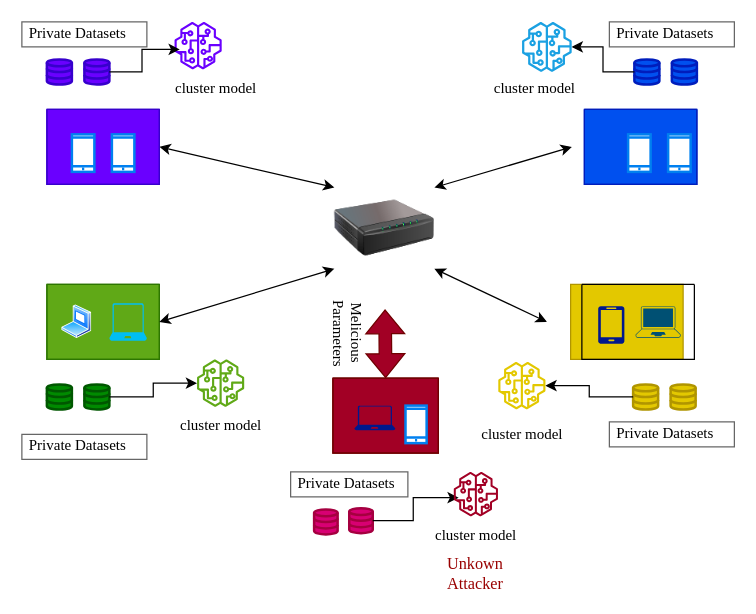
Above: Untitled Diagram.drawio in JamsherBhanbhro/Data-Science (draw.io), before the change. Source tidied: cells renumbered, new cells numbered last; positions are measured from the earlier drawing's top-left corner, leaving out a move shared by most shapes. Both pictures are drawn from the tidied source at 125%, with x=0, y=0 at pixel (21, 21).
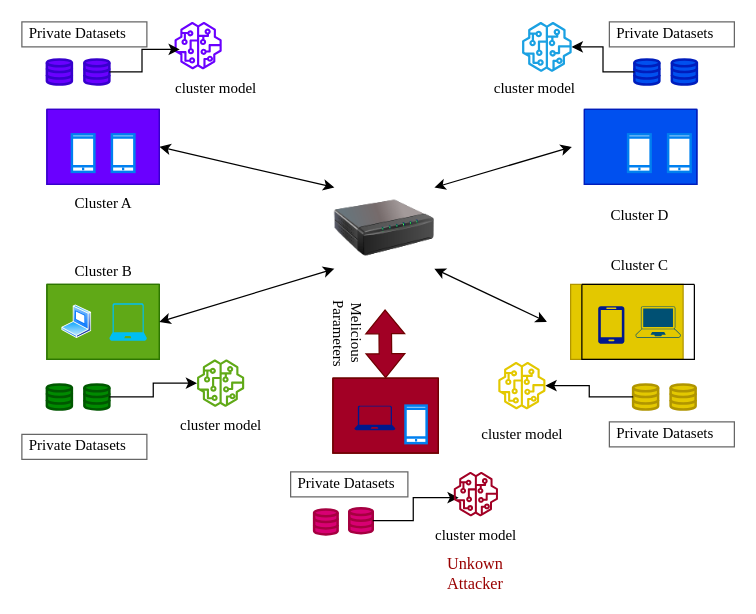
The same diagram, later.

Unchanged cells that the change refers to:
```xml
<mxCell id="63" style="group;" parent="1" vertex="1">
  <mxGeometry x="230" y="215" width="150" height="130" as="geometry" />
</mxCell>
```

What changed in the source:
```diff
@@
     <mxCell id="64" style="group;" parent="63" vertex="1">
-      <mxGeometry x="18.8" y="20" width="101.2" height="110" as="geometry" />
+      <mxGeometry x="18.8" y="20" width="121.2" height="110" as="geometry" />
     </mxCell>
@@
+    <mxCell id="79" value="Cluster A" style="text;html=1;align=center;verticalAlign=middle;strokeColor=none;fillColor=none;fontFamily=Times New Roman;" parent="1" vertex="1">
+      <mxGeometry x="30" y="130" width="70" height="30" as="geometry" />
+    </mxCell>
+    <mxCell id="80" value="Cluster B" style="text;html=1;align=center;verticalAlign=middle;strokeColor=none;fillColor=none;fontFamily=Times New Roman;" parent="1" vertex="1">
+      <mxGeometry x="30" y="185" width="70" height="30" as="geometry" />
+    </mxCell>
+    <mxCell id="81" value="Cluster D" style="text;html=1;align=center;verticalAlign=middle;strokeColor=none;fillColor=none;fontFamily=Times New Roman;" parent="1" vertex="1">
+      <mxGeometry x="459" y="140" width="70" height="30" as="geometry" />
+    </mxCell>
+    <mxCell id="82" value="Cluster C" style="text;html=1;align=center;verticalAlign=middle;strokeColor=none;fillColor=none;fontFamily=Times New Roman;" parent="1" vertex="1">
+      <mxGeometry x="459" y="180" width="70" height="30" as="geometry" />
+    </mxCell>
```
